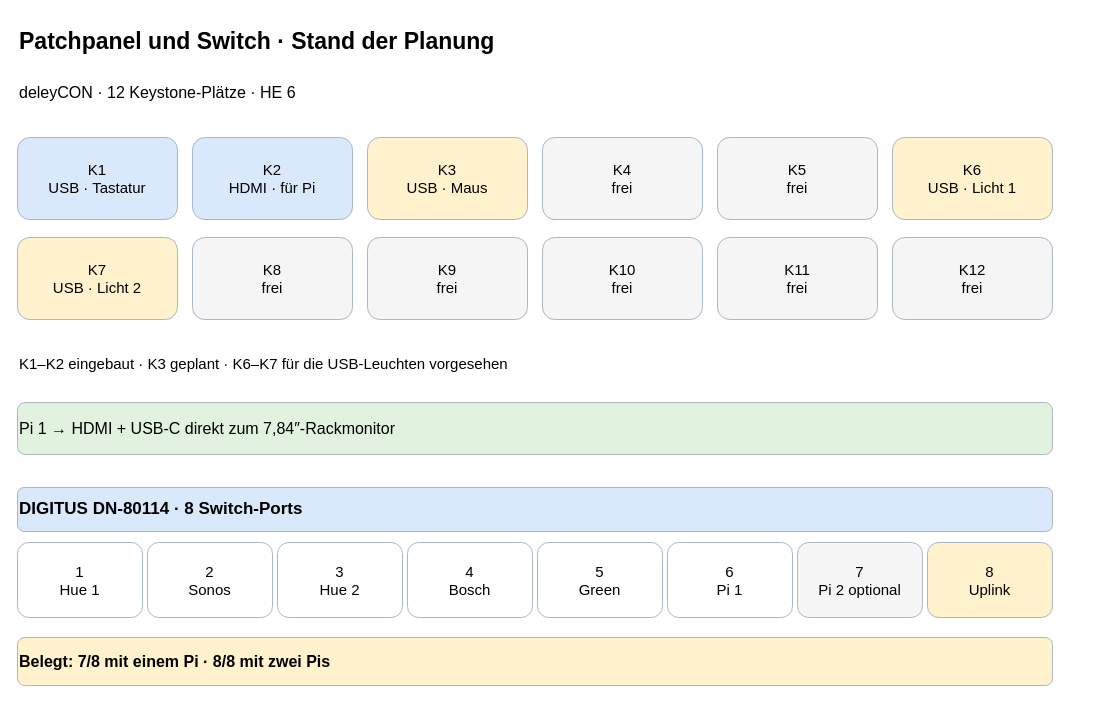
tiptronic/diagrams keeps this draw.io diagram as page "Switch und Patchpanel" (5 of 5) of 10-zoll-rack-planung.drawio. Above is the earlier version. Source tidied: cells renumbered, new cells numbered last; positions are measured from the earlier drawing's top-left corner, leaving out a move shared by most shapes. Both pictures are drawn from the tidied source at 100%, with x=0, y=0 at pixel (17, 17).
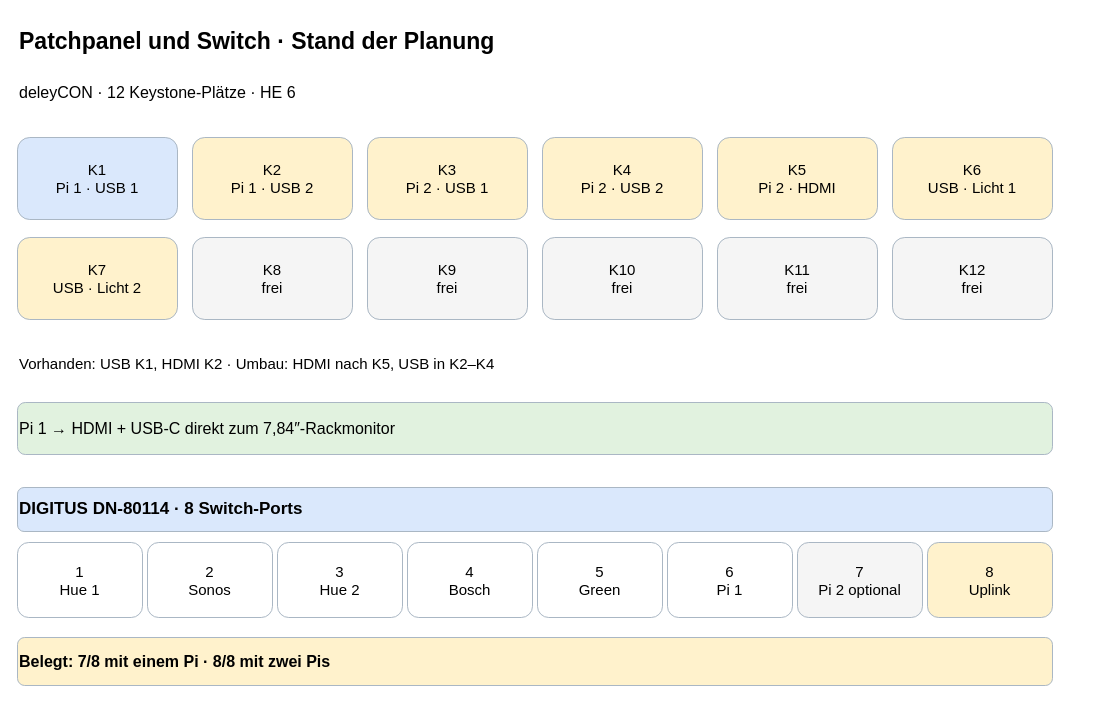
After the change.

Commit message:
Group patch panel ports by Raspberry Pi

The edit, as a diff of the source:
```diff
@@
-    <mxCell id="4" value="K1&#10;USB · Tastatur" style="rounded=1;whiteSpace=wrap;html=1;align=center;verticalAlign=middle;strokeWidth=1;fontSize=15;fillColor=#dae8fc;strokeColor=#aab7c4;" parent="1" vertex="1">
+    <mxCell id="4" value="K1&#10;Pi 1 · USB 1" style="rounded=1;whiteSpace=wrap;html=1;align=center;verticalAlign=middle;strokeWidth=1;fontSize=15;fillColor=#dae8fc;strokeColor=#aab7c4;" parent="1" vertex="1">
       <mxGeometry y="120" width="160" height="82" as="geometry" />
     </mxCell>
-    <mxCell id="5" value="K2&#10;HDMI · für Pi" style="rounded=1;whiteSpace=wrap;html=1;align=center;verticalAlign=middle;strokeWidth=1;fontSize=15;fillColor=#dae8fc;strokeColor=#aab7c4;" parent="1" vertex="1">
+    <mxCell id="5" value="K2&#10;Pi 1 · USB 2" style="rounded=1;whiteSpace=wrap;html=1;align=center;verticalAlign=middle;strokeWidth=1;fontSize=15;fillColor=#fff2cc;strokeColor=#aab7c4;" parent="1" vertex="1">
       <mxGeometry x="175" y="120" width="160" height="82" as="geometry" />
     </mxCell>
-    <mxCell id="6" value="K3&#10;USB · Maus" style="rounded=1;whiteSpace=wrap;html=1;align=center;verticalAlign=middle;strokeWidth=1;fontSize=15;fillColor=#fff2cc;strokeColor=#aab7c4;" parent="1" vertex="1">
+    <mxCell id="6" value="K3&#10;Pi 2 · USB 1" style="rounded=1;whiteSpace=wrap;html=1;align=center;verticalAlign=middle;strokeWidth=1;fontSize=15;fillColor=#fff2cc;strokeColor=#aab7c4;" parent="1" vertex="1">
       <mxGeometry x="350" y="120" width="160" height="82" as="geometry" />
     </mxCell>
-    <mxCell id="7" value="K4&#10;frei" style="rounded=1;whiteSpace=wrap;html=1;align=center;verticalAlign=middle;strokeWidth=1;fontSize=15;fillColor=#f5f5f5;strokeColor=#aab7c4;" parent="1" vertex="1">
+    <mxCell id="7" value="K4&#10;Pi 2 · USB 2" style="rounded=1;whiteSpace=wrap;html=1;align=center;verticalAlign=middle;strokeWidth=1;fontSize=15;fillColor=#fff2cc;strokeColor=#aab7c4;" parent="1" vertex="1">
       <mxGeometry x="525" y="120" width="160" height="82" as="geometry" />
     </mxCell>
-    <mxCell id="8" value="K5&#10;frei" style="rounded=1;whiteSpace=wrap;html=1;align=center;verticalAlign=middle;strokeWidth=1;fontSize=15;fillColor=#f5f5f5;strokeColor=#aab7c4;" parent="1" vertex="1">
+    <mxCell id="8" value="K5&#10;Pi 2 · HDMI" style="rounded=1;whiteSpace=wrap;html=1;align=center;verticalAlign=middle;strokeWidth=1;fontSize=15;fillColor=#fff2cc;strokeColor=#aab7c4;" parent="1" vertex="1">
       <mxGeometry x="700" y="120" width="160" height="82" as="geometry" />
     </mxCell>
@@
-    <mxCell id="16" value="K1–K2 eingebaut · K3 geplant · K6–K7 für die USB-Leuchten vorgesehen" style="rounded=1;whiteSpace=wrap;html=1;align=left;verticalAlign=middle;strokeWidth=1;fontSize=15;fillColor=#ffffff;strokeColor=#ffffff;" parent="1" vertex="1">
+    <mxCell id="16" value="Vorhanden: USB K1, HDMI K2 · Umbau: HDMI nach K5, USB in K2–K4" style="rounded=1;whiteSpace=wrap;html=1;align=left;verticalAlign=middle;strokeWidth=1;fontSize=15;fillColor=#ffffff;strokeColor=#ffffff;" parent="1" vertex="1">
       <mxGeometry y="325" width="1035" height="42" as="geometry" />
     </mxCell>
```
